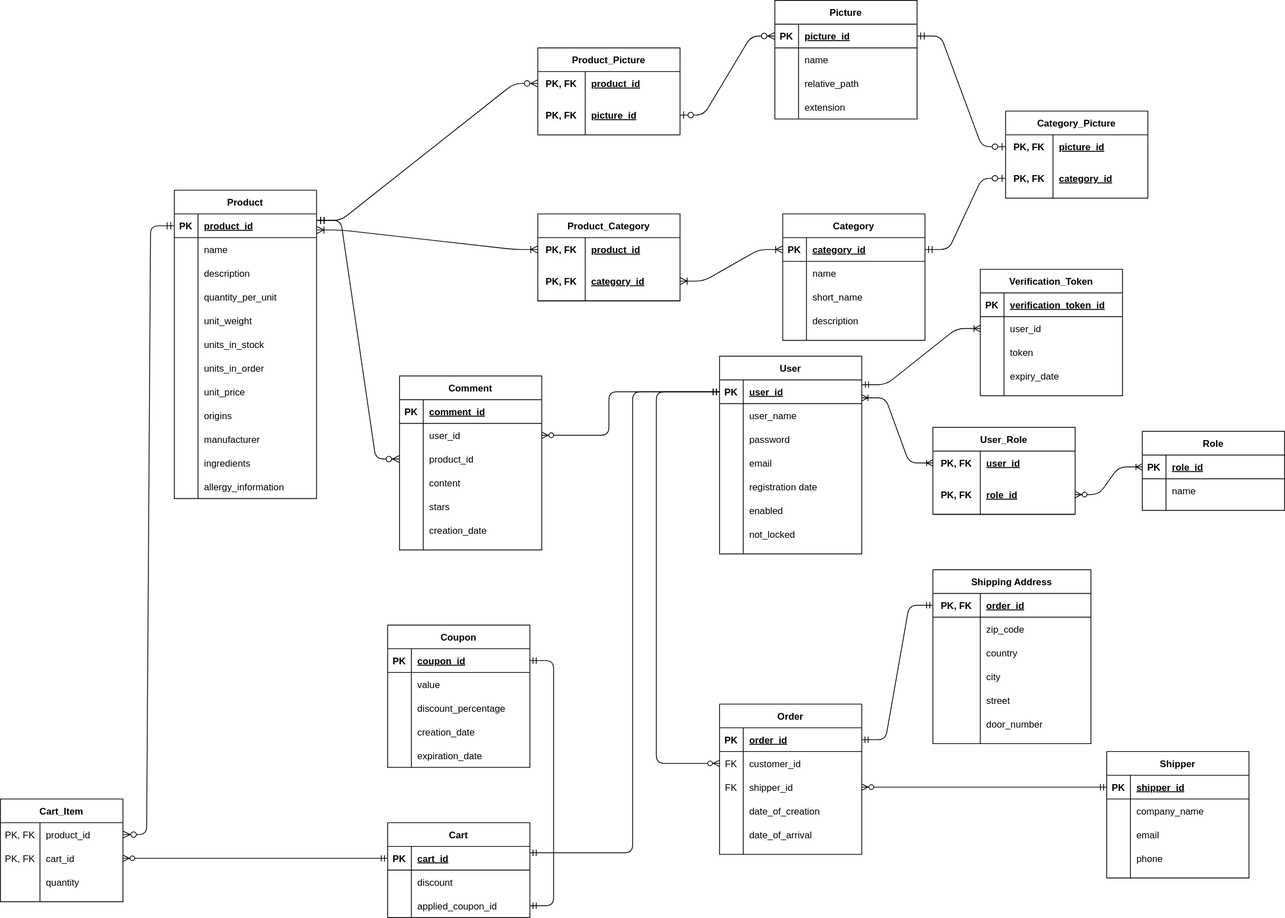
LyakhnitskiyDP/VigilantBean keeps this draw.io diagram as VB_UML.svg. Above is the earlier version. Source tidied: cells renumbered, new cells last; positions are measured from the earlier drawing's top-left corner, leaving out a move shared by most shapes.
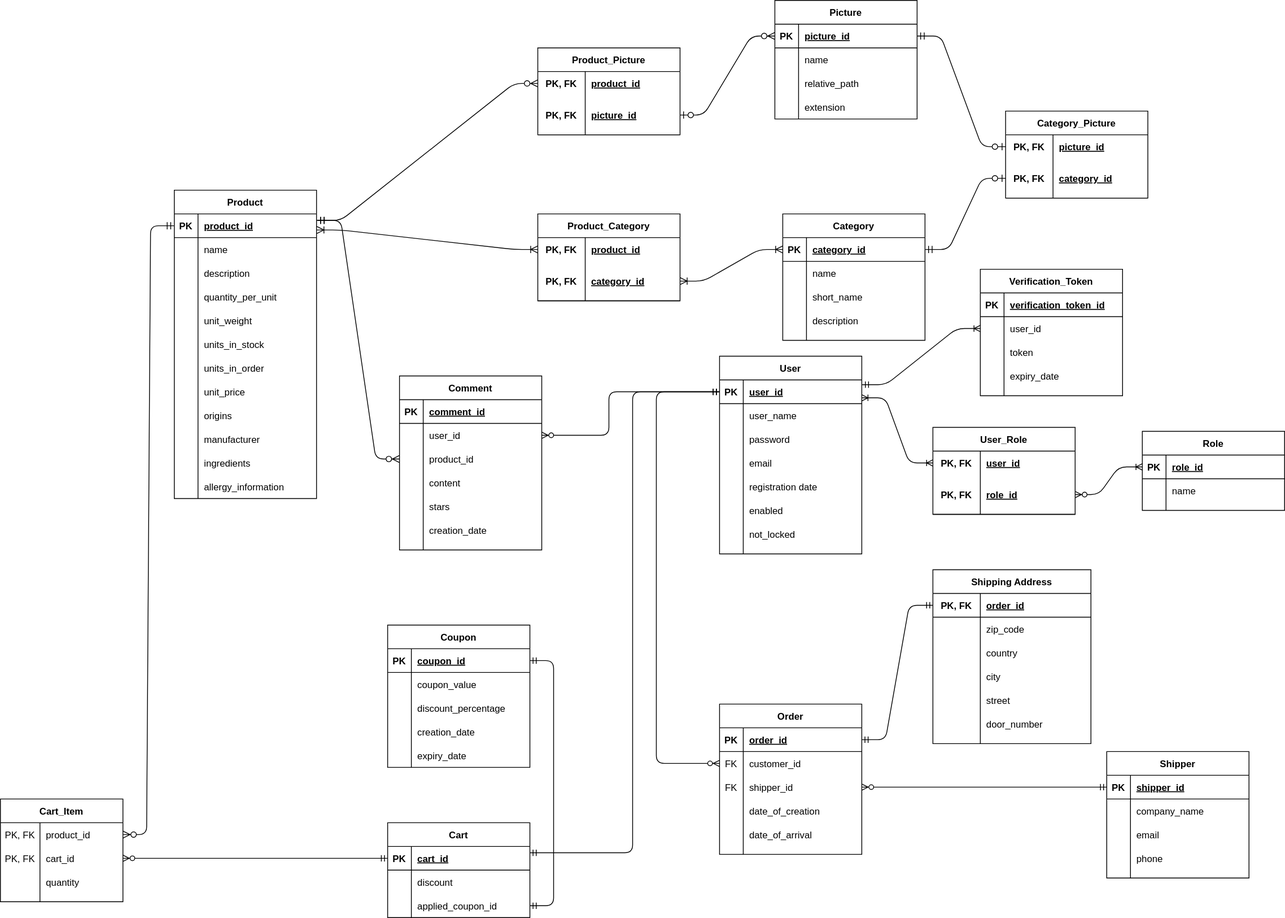
After the change.

What changed in the source:
```diff
@@ -744,7 +744,7 @@
     <mxCell id="244" style="shape=partialRectangle;fillColor=none;top=0;left=0;bottom=0;right=0;overflow=hidden;" parent="243" vertex="1">
       <mxGeometry width="30" height="30" as="geometry" />
     </mxCell>
-    <mxCell id="245" value="value" style="shape=partialRectangle;fillColor=none;top=0;left=0;bottom=0;right=0;align=left;spacingLeft=6;overflow=hidden;" parent="243" vertex="1">
+    <mxCell id="245" value="coupon_value" style="shape=partialRectangle;fillColor=none;top=0;left=0;bottom=0;right=0;align=left;spacingLeft=6;overflow=hidden;" parent="243" vertex="1">
       <mxGeometry x="30" width="150" height="30" as="geometry" />
     </mxCell>
     <mxCell id="246" style="shape=partialRectangle;fillColor=none;top=0;left=0;bottom=0;right=0;" parent="239" vertex="1">
@@ -771,7 +771,7 @@
     <mxCell id="253" style="shape=partialRectangle;fillColor=none;top=0;left=0;bottom=0;right=0;overflow=hidden;" parent="252" vertex="1">
       <mxGeometry width="30" height="30" as="geometry" />
     </mxCell>
-    <mxCell id="254" value="expiration_date" style="shape=partialRectangle;fillColor=none;top=0;left=0;bottom=0;right=0;align=left;spacingLeft=6;overflow=hidden;" parent="252" vertex="1">
+    <mxCell id="254" value="expiry_date" style="shape=partialRectangle;fillColor=none;top=0;left=0;bottom=0;right=0;align=left;spacingLeft=6;overflow=hidden;" parent="252" vertex="1">
       <mxGeometry x="30" width="150" height="30" as="geometry" />
     </mxCell>
     <mxCell id="255" style="edgeStyle=entityRelationEdgeStyle;fontSize=12;html=1;endArrow=ERmandOne;startArrow=ERmandOne;strokeWidth=1;entryX=1;entryY=0.5;entryDx=0;entryDy=0;endFill=0;startFill=0;exitX=1;exitY=0.5;exitDx=0;exitDy=0;" parent="1" edge="1" source="240" target="113">
```
